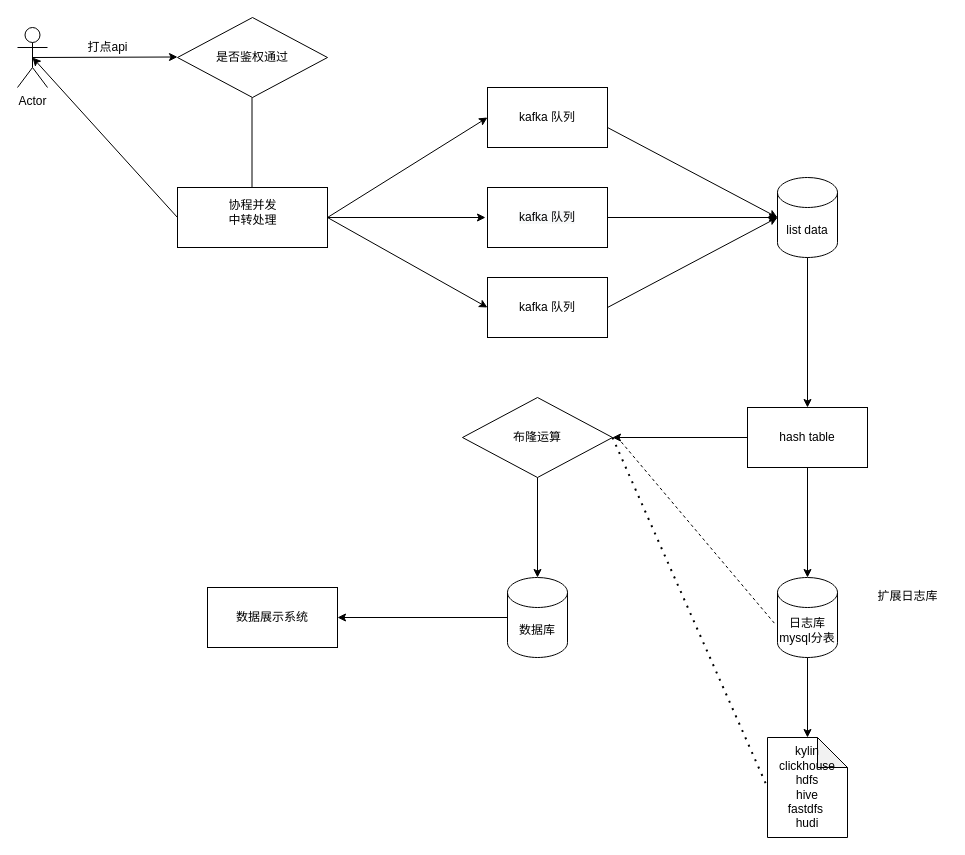
The draw.io diagram Untitled Diagram.drawio in lilo1987/demo, before the edit. Source tidied: cells renumbered, new cells numbered last; positions are measured from the earlier drawing's top-left corner, leaving out a move shared by most shapes. Both pictures are drawn from the tidied source at 100%, with x=0, y=0 at pixel (17, 17).
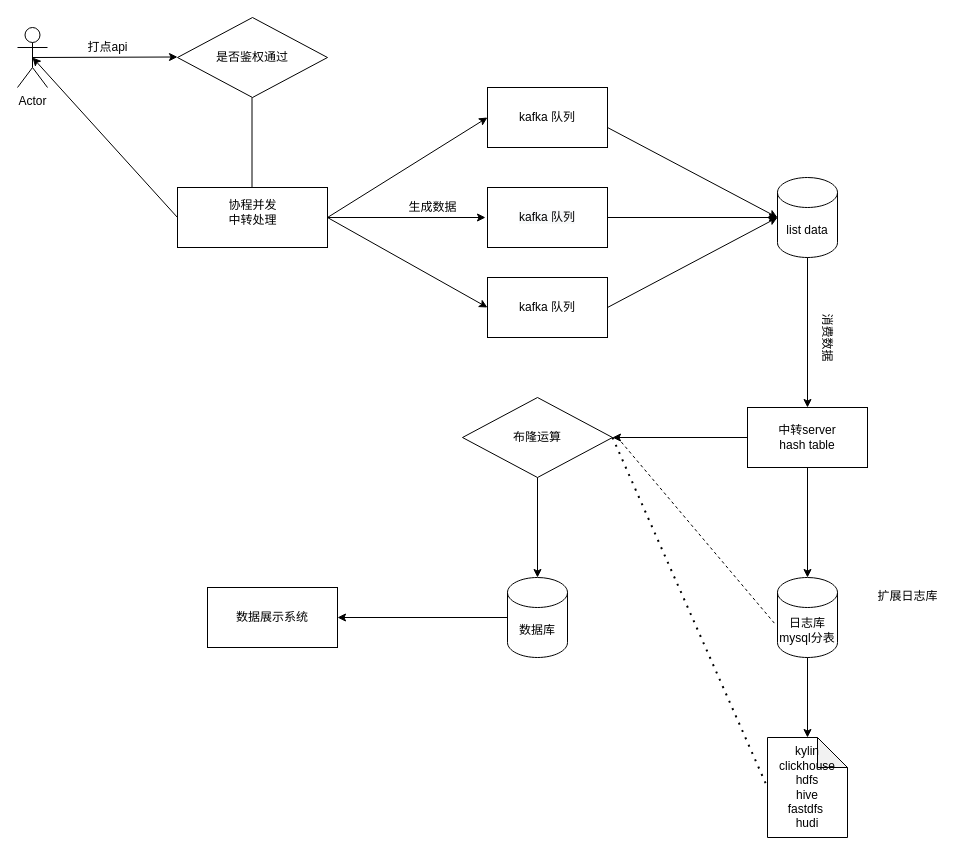
The same page after the edit.

What changed in the source:
```diff
@@
-    <mxCell id="20" value="hash table" style="rounded=0;whiteSpace=wrap;html=1;" parent="1" vertex="1">
+    <mxCell id="20" value="中转server&lt;br&gt;hash table" style="rounded=0;whiteSpace=wrap;html=1;" parent="1" vertex="1">
       <mxGeometry x="730" y="390" width="120" height="60" as="geometry" />
     </mxCell>
@@
+    <mxCell id="36" value="生成数据&lt;br&gt;" style="text;html=1;align=center;verticalAlign=middle;" parent="1" vertex="1">
+      <mxGeometry x="385" y="180" width="60" height="20" as="geometry" />
+    </mxCell>
+    <mxCell id="37" value="消费数据" style="text;html=1;align=center;verticalAlign=middle;rotation=90;" parent="1" vertex="1">
+      <mxGeometry x="780" y="310" width="60" height="20" as="geometry" />
+    </mxCell>
```
